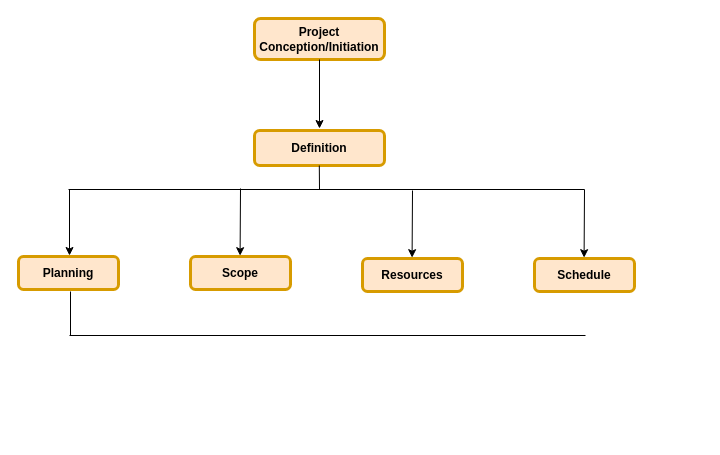
Before: Untitled Diagram.drawio in prasannachandar/tsp, a draw.io diagram. Source tidied: cells renumbered, new cells numbered last; positions are measured from the earlier drawing's top-left corner, leaving out a move shared by most shapes. Both pictures are drawn from the tidied source at 100%, with x=0, y=0 at pixel (18, 18).
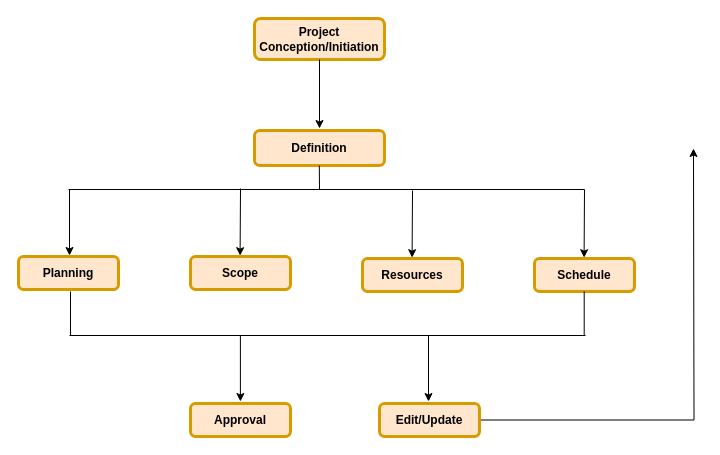
The same diagram, later.

What changed in the source:
```diff
@@
+    <mxCell id="17" style="endArrow=none;html=1;" parent="1" edge="1">
+      <mxGeometry relative="1" as="geometry">
+        <mxPoint x="565.7" y="317" as="sourcePoint" />
+        <mxPoint x="565.7" y="273" as="targetPoint" />
+      </mxGeometry>
+    </mxCell>
+    <mxCell id="18" style="endArrow=classic;html=1;" parent="1" edge="1">
+      <mxGeometry relative="1" as="geometry">
+        <mxPoint x="221.9" y="317" as="sourcePoint" />
+        <mxPoint x="221.9" y="383" as="targetPoint" />
+      </mxGeometry>
+    </mxCell>
+    <mxCell id="19" style="endArrow=classic;html=1;" parent="1" edge="1">
+      <mxGeometry relative="1" as="geometry">
+        <mxPoint x="410" y="317" as="sourcePoint" />
+        <mxPoint x="410" y="383" as="targetPoint" />
+      </mxGeometry>
+    </mxCell>
+    <mxCell id="20" value="Approval" style="whiteSpace=wrap;align=center;verticalAlign=middle;fontStyle=1;strokeWidth=3;fillColor=#ffe6cc;strokeColor=#d79b00;shadow=0;sketch=0;rounded=1;" parent="1" vertex="1">
+      <mxGeometry x="172" y="385" width="100" height="33" as="geometry" />
+    </mxCell>
+    <mxCell id="21" style="edgeStyle=orthogonalEdgeStyle;rounded=0;jettySize=auto;html=1;" parent="1" edge="1" source="22">
+      <mxGeometry relative="1" as="geometry">
+        <mxPoint x="675" y="130" as="targetPoint" />
+      </mxGeometry>
+    </mxCell>
+    <mxCell id="22" value="Edit/Update" style="whiteSpace=wrap;align=center;verticalAlign=middle;fontStyle=1;strokeWidth=3;fillColor=#ffe6cc;strokeColor=#d79b00;shadow=0;sketch=0;rounded=1;" parent="1" vertex="1">
+      <mxGeometry x="361" y="385" width="100" height="33" as="geometry" />
+    </mxCell>
```
